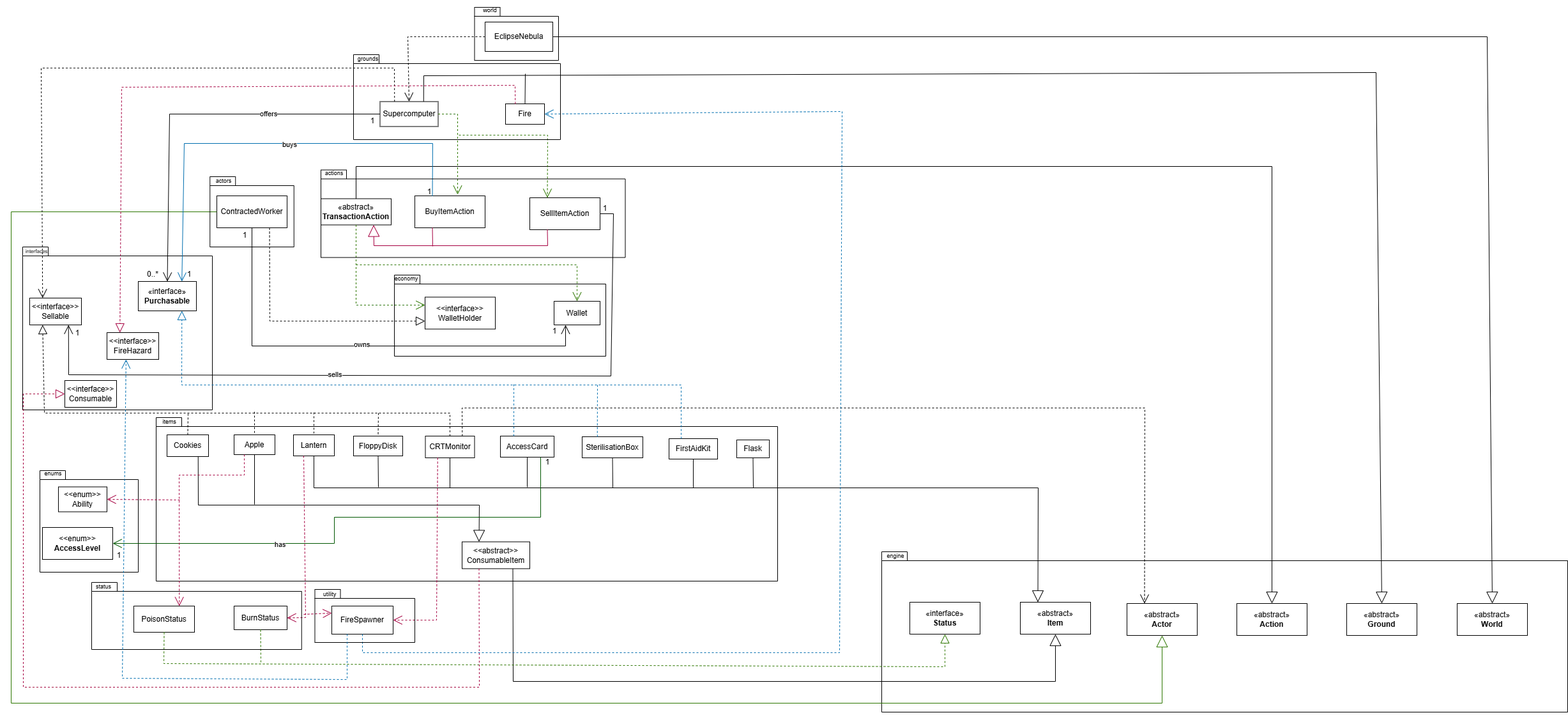
This is docs/design/REQ1-uml.png from ennn05/Garbage-Collector-Inc., a draw.io export, as it was before one commit. Source tidied: cells renumbered, new cells last; positions are measured from the earlier drawing's top-left corner, leaving out a move shared by most shapes.
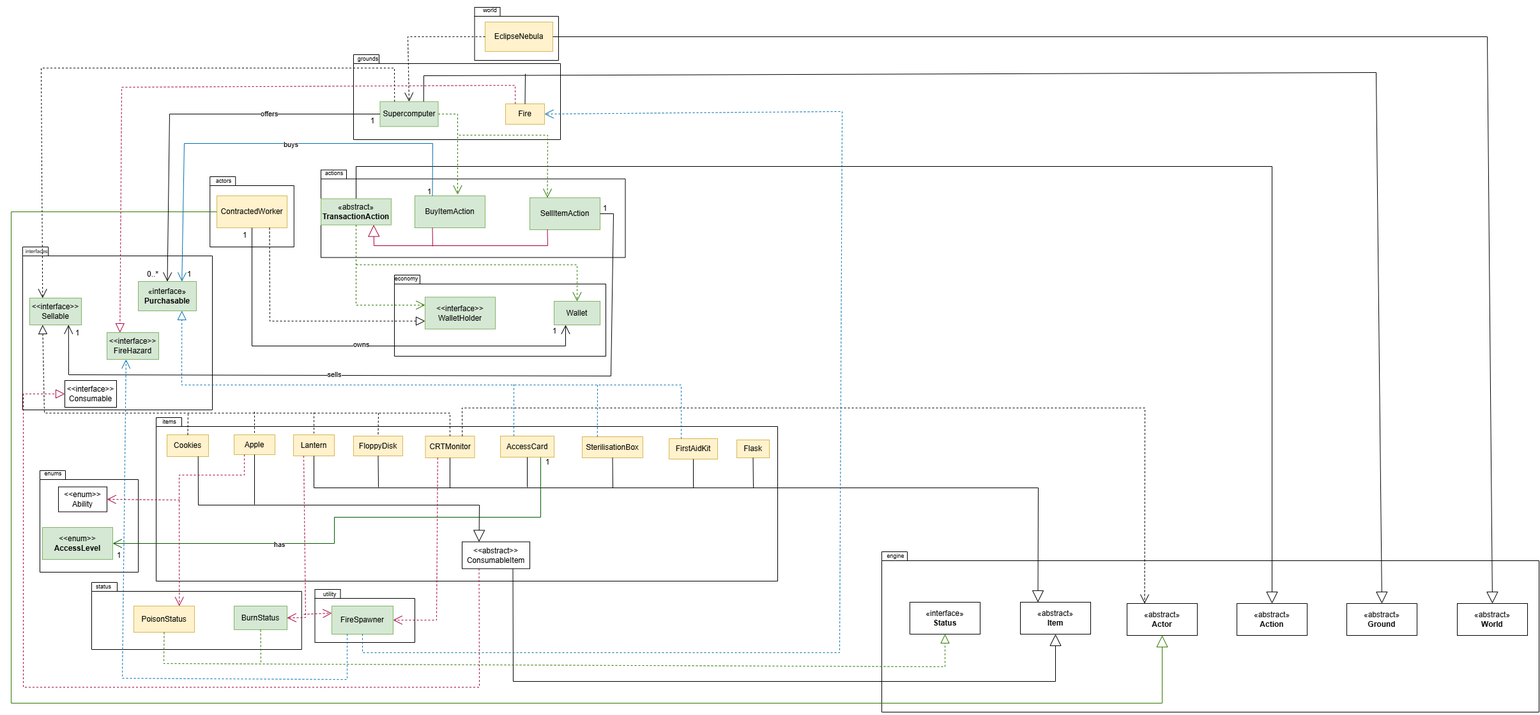
Later version of the same file.

Commit message:
Edit REQ1-uml.png, Add REQ1-Design Rationale.pdf and sequence diagram.

Diff of the diagram source:
```diff
@@ -2,6 +2,24 @@
   <root>
     <mxCell id="0" />
     <mxCell id="1" parent="0" />
+    <mxCell id="115" style="shape=folder;fontStyle=1;spacingTop=10;tabWidth=40;tabHeight=14;tabPosition=left;html=1;whiteSpace=wrap;fillColor=none;" parent="1" vertex="1">
+      <mxGeometry x="475.5" y="922" width="156.5" height="83" as="geometry" />
+    </mxCell>
+    <mxCell id="108" style="shape=folder;fontStyle=1;spacingTop=10;tabWidth=40;tabHeight=14;tabPosition=left;html=1;whiteSpace=wrap;fillColor=none;" parent="1" vertex="1">
+      <mxGeometry x="485" y="265.5" width="476.5" height="137" as="geometry" />
+    </mxCell>
+    <mxCell id="106" style="shape=folder;fontStyle=1;spacingTop=10;tabWidth=40;tabHeight=14;tabPosition=left;html=1;whiteSpace=wrap;fillColor=none;" parent="1" vertex="1">
+      <mxGeometry x="600" y="430" width="331" height="127" as="geometry" />
+    </mxCell>
+    <mxCell id="113" style="shape=folder;fontStyle=1;spacingTop=10;tabWidth=40;tabHeight=14;tabPosition=left;html=1;whiteSpace=wrap;fillColor=none;" parent="1" vertex="1">
+      <mxGeometry x="126" y="911" width="328.8" height="105" as="geometry" />
+    </mxCell>
+    <mxCell id="102" style="shape=folder;fontStyle=1;spacingTop=10;tabWidth=40;tabHeight=14;tabPosition=left;html=1;whiteSpace=wrap;fillColor=none;" parent="1" vertex="1">
+      <mxGeometry x="536" y="85" width="324" height="133" as="geometry" />
+    </mxCell>
+    <mxCell id="104" style="shape=folder;fontStyle=1;spacingTop=10;tabWidth=40;tabHeight=14;tabPosition=left;html=1;whiteSpace=wrap;fillColor=none;" parent="1" vertex="1">
+      <mxGeometry x="311.2" y="276" width="131.5" height="110" as="geometry" />
+    </mxCell>
     <mxCell id="2" style="shape=folder;fontStyle=1;spacingTop=10;tabWidth=40;tabHeight=14;tabPosition=left;html=1;whiteSpace=wrap;fillColor=none;" parent="1" vertex="1">
       <mxGeometry x="45" y="736" width="154" height="159" as="geometry" />
     </mxCell>
@@ -12,7 +30,7 @@
       <mxGeometry x="18" y="386" width="297" height="255" as="geometry" />
     </mxCell>
     <mxCell id="5" style="shape=folder;fontStyle=1;spacingTop=10;tabWidth=40;tabHeight=14;tabPosition=left;html=1;whiteSpace=wrap;fillColor=none;" parent="1" vertex="1">
-      <mxGeometry x="1363" y="863" width="1074" height="251" as="geometry" />
+      <mxGeometry x="1363" y="863" width="1029" height="251" as="geometry" />
     </mxCell>
     <mxCell id="6" style="shape=folder;fontStyle=1;spacingTop=10;tabWidth=40;tabHeight=14;tabPosition=left;html=1;whiteSpace=wrap;fillColor=none;" parent="1" vertex="1">
       <mxGeometry x="725.5" y="11" width="131.5" height="83" as="geometry" />
@@ -35,70 +53,70 @@
     <mxCell id="12" value="«interface»&lt;br&gt;&lt;b&gt;Status&lt;/b&gt;" style="html=1;whiteSpace=wrap;" parent="1" vertex="1">
       <mxGeometry x="1407" y="942" width="110" height="50" as="geometry" />
     </mxCell>
-    <mxCell id="13" value="EclipseNebula" style="html=1;whiteSpace=wrap;" parent="1" vertex="1">
+    <mxCell id="13" value="EclipseNebula" style="html=1;whiteSpace=wrap;fillColor=#fff2cc;strokeColor=#d6b656;" parent="1" vertex="1">
       <mxGeometry x="742" y="34" width="106" height="46" as="geometry" />
     </mxCell>
-    <mxCell id="14" value="ContractedWorker" style="html=1;whiteSpace=wrap;" parent="1" vertex="1">
+    <mxCell id="14" value="ContractedWorker" style="html=1;whiteSpace=wrap;fillColor=#fff2cc;strokeColor=#d6b656;" parent="1" vertex="1">
       <mxGeometry x="322" y="306" width="110" height="50" as="geometry" />
     </mxCell>
-    <mxCell id="15" value="Supercomputer" style="html=1;whiteSpace=wrap;" parent="1" vertex="1">
+    <mxCell id="15" value="Supercomputer" style="html=1;whiteSpace=wrap;fillColor=#d5e8d4;strokeColor=#82b366;" parent="1" vertex="1">
       <mxGeometry x="577.5" y="158.5" width="91" height="39" as="geometry" />
     </mxCell>
-    <mxCell id="16" value="Fire" style="html=1;whiteSpace=wrap;" parent="1" vertex="1">
+    <mxCell id="16" value="Fire" style="html=1;whiteSpace=wrap;fillColor=#fff2cc;strokeColor=#d6b656;" parent="1" vertex="1">
       <mxGeometry x="774" y="162" width="61" height="32" as="geometry" />
     </mxCell>
-    <mxCell id="17" value="SellItemAction" style="html=1;whiteSpace=wrap;" parent="1" vertex="1">
+    <mxCell id="17" value="SellItemAction" style="html=1;whiteSpace=wrap;fillColor=#d5e8d4;strokeColor=#82b366;" parent="1" vertex="1">
       <mxGeometry x="812" y="309" width="110" height="50" as="geometry" />
     </mxCell>
-    <mxCell id="18" value="BuyItemAction" style="html=1;whiteSpace=wrap;" parent="1" vertex="1">
+    <mxCell id="18" value="BuyItemAction" style="html=1;whiteSpace=wrap;fillColor=#d5e8d4;strokeColor=#82b366;" parent="1" vertex="1">
       <mxGeometry x="632" y="306" width="110" height="50" as="geometry" />
     </mxCell>
-    <mxCell id="19" value="Wallet" style="html=1;whiteSpace=wrap;" parent="1" vertex="1">
+    <mxCell id="19" value="Wallet" style="html=1;whiteSpace=wrap;fillColor=#d5e8d4;strokeColor=#82b366;" parent="1" vertex="1">
       <mxGeometry x="850" y="471" width="72" height="37" as="geometry" />
     </mxCell>
-    <mxCell id="20" value="&lt;div&gt;&amp;lt;&amp;lt;interface&amp;gt;&amp;gt;&lt;/div&gt;Sellable" style="html=1;whiteSpace=wrap;" parent="1" vertex="1">
+    <mxCell id="20" value="&lt;div&gt;&amp;lt;&amp;lt;interface&amp;gt;&amp;gt;&lt;/div&gt;Sellable" style="html=1;whiteSpace=wrap;fillColor=#d5e8d4;strokeColor=#82b366;" parent="1" vertex="1">
       <mxGeometry x="29" y="466" width="81" height="42" as="geometry" />
     </mxCell>
-    <mxCell id="21" value="FireSpawner" style="html=1;whiteSpace=wrap;" parent="1" vertex="1">
+    <mxCell id="21" value="FireSpawner" style="html=1;whiteSpace=wrap;fillColor=#d5e8d4;strokeColor=#82b366;" parent="1" vertex="1">
       <mxGeometry x="502" y="948" width="96" height="44" as="geometry" />
     </mxCell>
-    <mxCell id="22" value="Apple" style="html=1;whiteSpace=wrap;" parent="1" vertex="1">
+    <mxCell id="22" value="Apple" style="html=1;whiteSpace=wrap;fillColor=#fff2cc;strokeColor=#d6b656;" parent="1" vertex="1">
       <mxGeometry x="349" y="680" width="64" height="31" as="geometry" />
     </mxCell>
-    <mxCell id="23" value="Cookies" style="html=1;whiteSpace=wrap;" parent="1" vertex="1">
+    <mxCell id="23" value="Cookies" style="html=1;whiteSpace=wrap;fillColor=#fff2cc;strokeColor=#d6b656;" parent="1" vertex="1">
       <mxGeometry x="244" y="680" width="65" height="34" as="geometry" />
     </mxCell>
-    <mxCell id="24" value="Lantern" style="html=1;whiteSpace=wrap;" parent="1" vertex="1">
+    <mxCell id="24" value="Lantern" style="html=1;whiteSpace=wrap;fillColor=#fff2cc;strokeColor=#d6b656;" parent="1" vertex="1">
       <mxGeometry x="442" y="680" width="64" height="33" as="geometry" />
     </mxCell>
-    <mxCell id="25" value="FloppyDisk" style="html=1;whiteSpace=wrap;" parent="1" vertex="1">
+    <mxCell id="25" value="FloppyDisk" style="html=1;whiteSpace=wrap;fillColor=#fff2cc;strokeColor=#d6b656;" parent="1" vertex="1">
       <mxGeometry x="536" y="682" width="77" height="31" as="geometry" />
     </mxCell>
-    <mxCell id="26" value="CRTMonitor" style="html=1;whiteSpace=wrap;" parent="1" vertex="1">
+    <mxCell id="26" value="CRTMonitor" style="html=1;whiteSpace=wrap;fillColor=#fff2cc;strokeColor=#d6b656;" parent="1" vertex="1">
       <mxGeometry x="648.5" y="682" width="77" height="34" as="geometry" />
     </mxCell>
-    <mxCell id="27" value="FirstAidKit" style="html=1;whiteSpace=wrap;" parent="1" vertex="1">
+    <mxCell id="27" value="FirstAidKit" style="html=1;whiteSpace=wrap;fillColor=#fff2cc;strokeColor=#d6b656;" parent="1" vertex="1">
       <mxGeometry x="1030" y="686" width="76" height="32" as="geometry" />
     </mxCell>
-    <mxCell id="28" value="Flask" style="html=1;whiteSpace=wrap;" parent="1" vertex="1">
+    <mxCell id="28" value="Flask" style="html=1;whiteSpace=wrap;fillColor=#fff2cc;strokeColor=#d6b656;" parent="1" vertex="1">
       <mxGeometry x="1136" y="688" width="51" height="28" as="geometry" />
     </mxCell>
-    <mxCell id="29" value="SterilisationBox" style="html=1;whiteSpace=wrap;" parent="1" vertex="1">
+    <mxCell id="29" value="SterilisationBox" style="html=1;whiteSpace=wrap;fillColor=#fff2cc;strokeColor=#d6b656;" parent="1" vertex="1">
       <mxGeometry x="894" y="683" width="95" height="33" as="geometry" />
     </mxCell>
-    <mxCell id="30" value="AccessCard" style="html=1;whiteSpace=wrap;" parent="1" vertex="1">
+    <mxCell id="30" value="AccessCard" style="html=1;whiteSpace=wrap;fillColor=#fff2cc;strokeColor=#d6b656;" parent="1" vertex="1">
       <mxGeometry x="766" y="682" width="84" height="33" as="geometry" />
     </mxCell>
-    <mxCell id="31" value="&amp;lt;&amp;lt;enum&amp;gt;&amp;gt;&lt;br&gt;&lt;b&gt;AccessLevel&lt;/b&gt;" style="html=1;whiteSpace=wrap;" parent="1" vertex="1">
+    <mxCell id="31" value="&amp;lt;&amp;lt;enum&amp;gt;&amp;gt;&lt;br&gt;&lt;b&gt;AccessLevel&lt;/b&gt;" style="html=1;whiteSpace=wrap;fillColor=#d5e8d4;strokeColor=#82b366;" parent="1" vertex="1">
       <mxGeometry x="49" y="825" width="110" height="50" as="geometry" />
     </mxCell>
-    <mxCell id="32" value="PoisonStatus" style="html=1;whiteSpace=wrap;" parent="1" vertex="1">
+    <mxCell id="32" value="PoisonStatus" style="html=1;whiteSpace=wrap;fillColor=#fff2cc;strokeColor=#d6b656;" parent="1" vertex="1">
       <mxGeometry x="192" y="948" width="95" height="41" as="geometry" />
     </mxCell>
-    <mxCell id="33" value="BurnStatus" style="html=1;whiteSpace=wrap;" parent="1" vertex="1">
+    <mxCell id="33" value="BurnStatus" style="html=1;whiteSpace=wrap;fillColor=#d5e8d4;strokeColor=#82b366;" parent="1" vertex="1">
       <mxGeometry x="349" y="948" width="83" height="37" as="geometry" />
     </mxCell>
-    <mxCell id="34" value="&amp;lt;&amp;lt;interface&amp;gt;&amp;gt; WalletHolder" style="html=1;whiteSpace=wrap;" parent="1" vertex="1">
+    <mxCell id="34" value="&amp;lt;&amp;lt;interface&amp;gt;&amp;gt; WalletHolder" style="html=1;whiteSpace=wrap;fillColor=#d5e8d4;strokeColor=#82b366;" parent="1" vertex="1">
       <mxGeometry x="648" y="464.5" width="110" height="50" as="geometry" />
     </mxCell>
     <mxCell id="35" value="&amp;lt;&amp;lt;abstract&amp;gt;&amp;gt;&lt;br&gt;ConsumableItem" style="html=1;whiteSpace=wrap;" parent="1" vertex="1">
@@ -372,10 +390,10 @@
     <mxCell id="80" value="&lt;font style=&quot;font-size: 9px;&quot;&gt;engine&lt;/font&gt;" style="text;html=1;whiteSpace=wrap;strokeColor=none;fillColor=none;align=center;verticalAlign=middle;rounded=0;" parent="1" vertex="1">
       <mxGeometry x="1355" y="853.5" width="60" height="30" as="geometry" />
     </mxCell>
-    <mxCell id="81" value="«interface»&lt;br&gt;&lt;b&gt;Purchasable&lt;/b&gt;" style="html=1;whiteSpace=wrap;" parent="1" vertex="1">
+    <mxCell id="81" value="«interface»&lt;br&gt;&lt;b&gt;Purchasable&lt;/b&gt;" style="html=1;whiteSpace=wrap;fillColor=#d5e8d4;strokeColor=#82b366;" parent="1" vertex="1">
       <mxGeometry x="199" y="440" width="91" height="46" as="geometry" />
     </mxCell>
-    <mxCell id="82" value="«abstract»&lt;br&gt;&lt;b&gt;TransactionAction&lt;/b&gt;" style="html=1;whiteSpace=wrap;" parent="1" vertex="1">
+    <mxCell id="82" value="«abstract»&lt;br&gt;&lt;b&gt;TransactionAction&lt;/b&gt;" style="html=1;whiteSpace=wrap;fillColor=#d5e8d4;strokeColor=#82b366;" parent="1" vertex="1">
       <mxGeometry x="485" y="310.5" width="110" height="41" as="geometry" />
     </mxCell>
     <mxCell id="83" style="endArrow=block;dashed=1;endFill=0;endSize=12;html=1;rounded=0;exitX=0.25;exitY=0;exitDx=0;exitDy=0;entryX=0.75;entryY=1;entryDx=0;entryDy=0;fillColor=#1ba1e2;strokeColor=#006EAF;" parent="1" edge="1" source="27" target="81">
@@ -477,27 +495,15 @@
     <mxCell id="101" value="1" style="text;html=1;whiteSpace=wrap;strokeColor=none;fillColor=none;align=center;verticalAlign=middle;rounded=0;" parent="1" vertex="1">
       <mxGeometry x="74" y="506" width="60" height="30" as="geometry" />
     </mxCell>
-    <mxCell id="102" style="shape=folder;fontStyle=1;spacingTop=10;tabWidth=40;tabHeight=14;tabPosition=left;html=1;whiteSpace=wrap;fillColor=none;" parent="1" vertex="1">
-      <mxGeometry x="536" y="85" width="324" height="133" as="geometry" />
-    </mxCell>
     <mxCell id="103" value="&lt;font style=&quot;font-size: 9px;&quot;&gt;grounds&lt;/font&gt;" style="text;html=1;whiteSpace=wrap;strokeColor=none;fillColor=none;align=center;verticalAlign=middle;rounded=0;" parent="1" vertex="1">
       <mxGeometry x="529" y="76" width="60" height="30" as="geometry" />
     </mxCell>
-    <mxCell id="104" style="shape=folder;fontStyle=1;spacingTop=10;tabWidth=40;tabHeight=14;tabPosition=left;html=1;whiteSpace=wrap;fillColor=none;" parent="1" vertex="1">
-      <mxGeometry x="311.2" y="276" width="131.5" height="110" as="geometry" />
-    </mxCell>
     <mxCell id="105" value="&lt;font style=&quot;font-size: 9px;&quot;&gt;actors&lt;/font&gt;" style="text;html=1;whiteSpace=wrap;strokeColor=none;fillColor=none;align=center;verticalAlign=middle;rounded=0;" parent="1" vertex="1">
       <mxGeometry x="303" y="267" width="60" height="30" as="geometry" />
     </mxCell>
-    <mxCell id="106" style="shape=folder;fontStyle=1;spacingTop=10;tabWidth=40;tabHeight=14;tabPosition=left;html=1;whiteSpace=wrap;fillColor=none;" parent="1" vertex="1">
-      <mxGeometry x="600" y="430" width="331" height="127" as="geometry" />
-    </mxCell>
     <mxCell id="107" value="&lt;font style=&quot;font-size: 9px;&quot;&gt;economy&lt;/font&gt;" style="text;html=1;whiteSpace=wrap;strokeColor=none;fillColor=none;align=center;verticalAlign=middle;rounded=0;" parent="1" vertex="1">
       <mxGeometry x="589" y="420" width="60" height="30" as="geometry" />
     </mxCell>
-    <mxCell id="108" style="shape=folder;fontStyle=1;spacingTop=10;tabWidth=40;tabHeight=14;tabPosition=left;html=1;whiteSpace=wrap;fillColor=none;" parent="1" vertex="1">
-      <mxGeometry x="485" y="265.5" width="476.5" height="137" as="geometry" />
-    </mxCell>
     <mxCell id="109" value="&lt;font style=&quot;font-size: 9px;&quot;&gt;actions&lt;/font&gt;" style="text;html=1;whiteSpace=wrap;strokeColor=none;fillColor=none;align=center;verticalAlign=middle;rounded=0;" parent="1" vertex="1">
       <mxGeometry x="476" y="255" width="60" height="30" as="geometry" />
     </mxCell>
@@ -510,15 +516,9 @@
     <mxCell id="112" value="&lt;font style=&quot;font-size: 9px;&quot;&gt;enums&lt;/font&gt;" style="text;html=1;whiteSpace=wrap;strokeColor=none;fillColor=none;align=center;verticalAlign=middle;rounded=0;" parent="1" vertex="1">
       <mxGeometry x="36" y="725" width="60" height="30" as="geometry" />
     </mxCell>
-    <mxCell id="113" style="shape=folder;fontStyle=1;spacingTop=10;tabWidth=40;tabHeight=14;tabPosition=left;html=1;whiteSpace=wrap;fillColor=none;" parent="1" vertex="1">
-      <mxGeometry x="126" y="911" width="328.8" height="105" as="geometry" />
-    </mxCell>
     <mxCell id="114" value="&lt;font style=&quot;font-size: 9px;&quot;&gt;status&lt;/font&gt;" style="text;html=1;whiteSpace=wrap;strokeColor=none;fillColor=none;align=center;verticalAlign=middle;rounded=0;" parent="1" vertex="1">
       <mxGeometry x="115" y="902" width="60" height="30" as="geometry" />
     </mxCell>
-    <mxCell id="115" style="shape=folder;fontStyle=1;spacingTop=10;tabWidth=40;tabHeight=14;tabPosition=left;html=1;whiteSpace=wrap;fillColor=none;" parent="1" vertex="1">
-      <mxGeometry x="475.5" y="922" width="156.5" height="83" as="geometry" />
-    </mxCell>
     <mxCell id="116" value="&lt;font style=&quot;font-size: 9px;&quot;&gt;utility&lt;/font&gt;" style="text;html=1;whiteSpace=wrap;strokeColor=none;fillColor=none;align=center;verticalAlign=middle;rounded=0;" parent="1" vertex="1">
       <mxGeometry x="469" y="914" width="60" height="30" as="geometry" />
     </mxCell>
@@ -534,7 +534,7 @@
         </Array>
       </mxGeometry>
     </mxCell>
-    <mxCell id="119" value="&lt;div&gt;&amp;lt;&amp;lt;interface&amp;gt;&amp;gt;&lt;/div&gt;FireHazard" style="html=1;whiteSpace=wrap;" parent="1" vertex="1">
+    <mxCell id="119" value="&lt;div&gt;&amp;lt;&amp;lt;interface&amp;gt;&amp;gt;&lt;/div&gt;FireHazard" style="html=1;whiteSpace=wrap;fillColor=#d5e8d4;strokeColor=#82b366;" parent="1" vertex="1">
       <mxGeometry x="150" y="520" width="81" height="42" as="geometry" />
     </mxCell>
     <mxCell id="120" style="endArrow=block;dashed=1;endFill=0;endSize=12;html=1;rounded=0;exitX=0.25;exitY=0;exitDx=0;exitDy=0;entryX=0.25;entryY=0;entryDx=0;entryDy=0;fillColor=#d80073;strokeColor=#A50040;" parent="1" edge="1" source="16" target="119">
```
